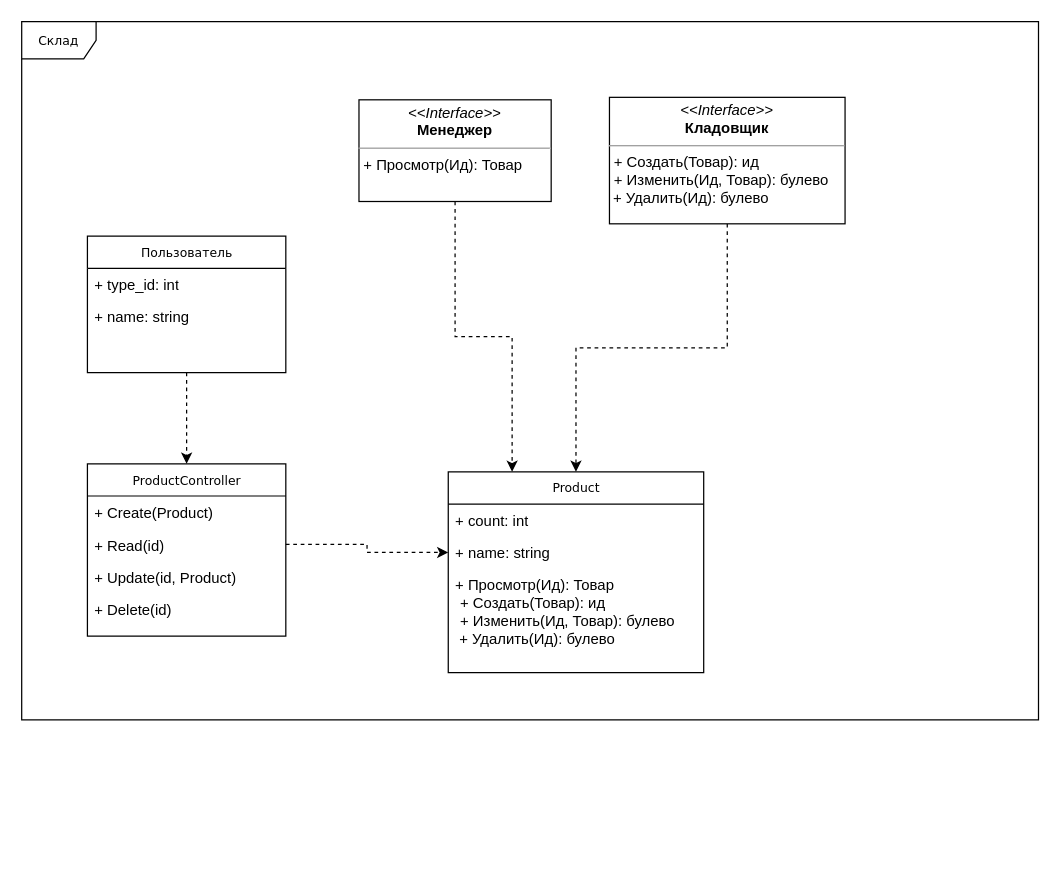
Earlier version of the draw.io diagram umlClass.drawio (andykill/ppp). Source tidied: cells renumbered, new cells numbered last; positions are measured from the earlier drawing's top-left corner, leaving out a move shared by most shapes. Both pictures are drawn from the tidied source at 124%, with x=0, y=0 at pixel (21, 21).
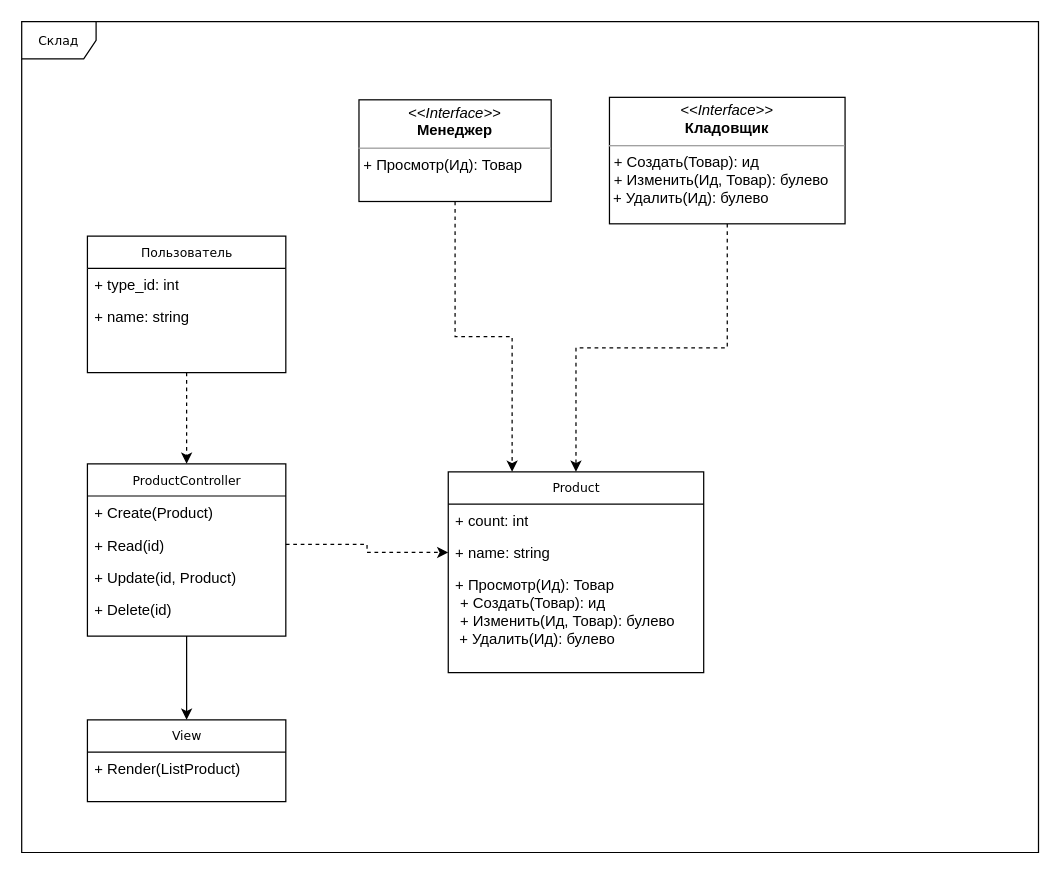
The same diagram, later.

Unchanged cells that the change refers to:
```xml
<mxCell id="12" value="ProductController" style="swimlane;html=1;fontStyle=0;horizontal=1;startSize=26;fillColor=none;swimlaneFillColor=#ffffff;rounded=0;shadow=0;comic=0;labelBackgroundColor=none;strokeWidth=1;fontFamily=Verdana;fontSize=10;align=center;" parent="1" vertex="1">
  <mxGeometry x="53" y="356.5" width="160" height="139" as="geometry" />
</mxCell>
```

Change to the diagram source:
```diff
@@
     <mxCell id="2" value="Склад" style="shape=umlFrame;whiteSpace=wrap;html=1;rounded=0;shadow=0;comic=0;labelBackgroundColor=none;strokeWidth=1;fontFamily=Verdana;fontSize=10;align=center;" parent="1" vertex="1">
-      <mxGeometry width="820" height="563" as="geometry" />
+      <mxGeometry width="820" height="670" as="geometry" />
     </mxCell>
@@
+    <mxCell id="22" style="edgeStyle=orthogonalEdgeStyle;rounded=0;jettySize=auto;html=1;entryX=0.5;entryY=0;entryDx=0;entryDy=0;" parent="1" edge="1" source="12" target="23">
+      <mxGeometry relative="1" as="geometry" />
+    </mxCell>
@@
+    <mxCell id="23" value="View" style="swimlane;html=1;fontStyle=0;horizontal=1;startSize=26;fillColor=none;swimlaneFillColor=#ffffff;rounded=0;shadow=0;comic=0;labelBackgroundColor=none;strokeWidth=1;fontFamily=Verdana;fontSize=10;align=center;" parent="1" vertex="1">
+      <mxGeometry x="53" y="563" width="160" height="66" as="geometry" />
+    </mxCell>
+    <mxCell id="24" value="+ Render(ListProduct)" style="text;html=1;strokeColor=none;fillColor=none;align=left;verticalAlign=top;spacingLeft=4;spacingRight=4;whiteSpace=wrap;overflow=hidden;" parent="23" vertex="1">
+      <mxGeometry y="26" width="160" height="26" as="geometry" />
+    </mxCell>
```
